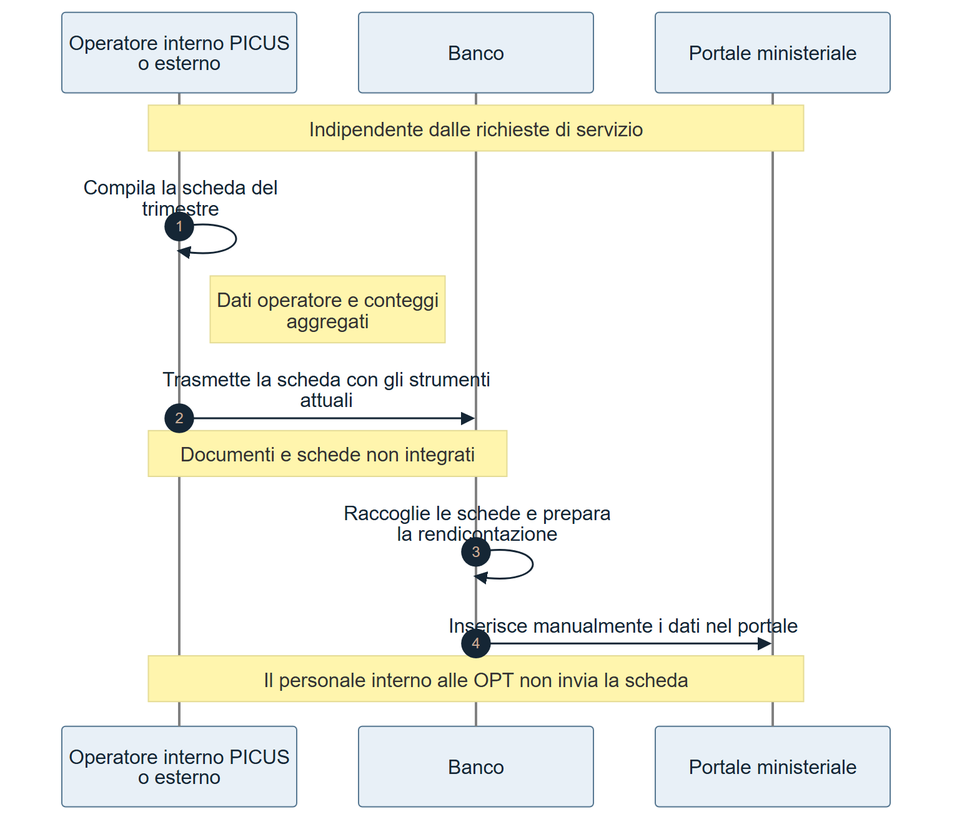
Earlier version of the Mermaid export docs/requirements/diagrams/ASIS-01-rendicontazione.png (Pinguini-alla-Fragola/Progetto-SAD). Its source is kept beside it as docs/requirements/diagrams/ASIS-01-rendicontazione.mmd.
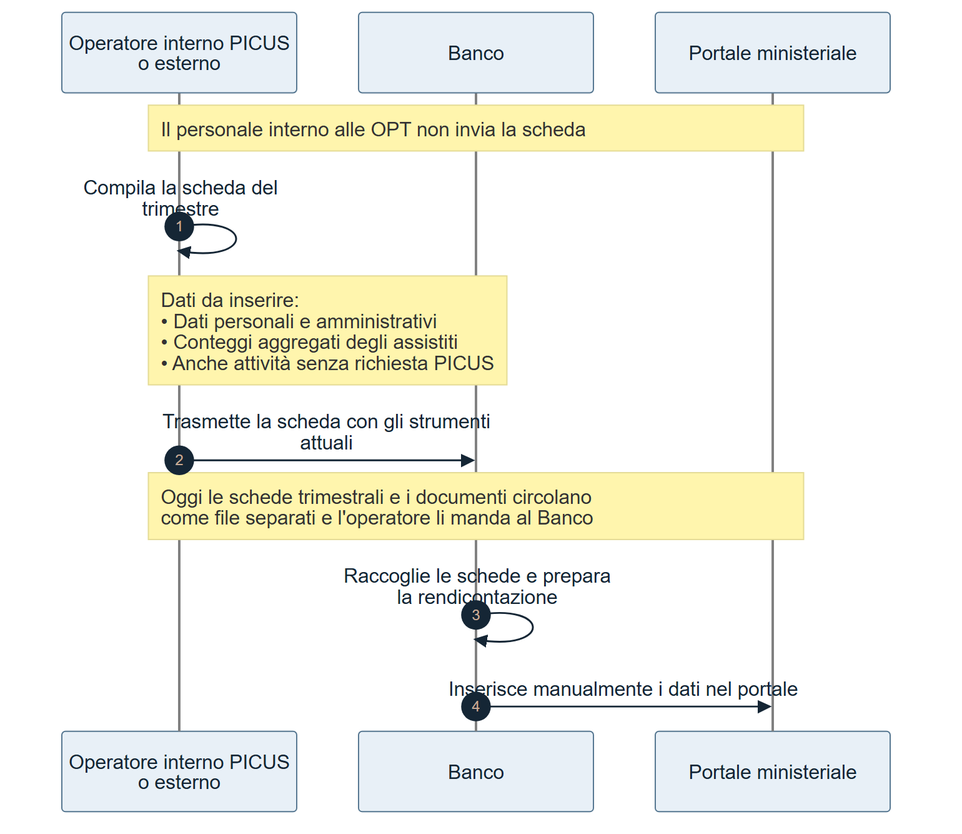
After the commit.

Commit message:
docs: rifinisce note e testi dei diagrammi as-is

Diff of the diagram source:
```diff
@@ -1,14 +1,18 @@
+---
+config:
+  sequence:
+    noteAlign: left
+---
 sequenceDiagram
     autonumber
     participant O as Operatore interno PICUS o esterno
     participant B as Banco
     participant M as Portale ministeriale
 
-    Note over O,M: Indipendente dalle richieste di servizio
+    Note over O,M: Il personale interno alle OPT non invia la scheda
     O->>O: Compila la scheda del trimestre
-    Note right of O: Dati operatore e conteggi aggregati
+    Note over O,B: Dati da inserire:<br/>• Dati personali e amministrativi<br/>• Conteggi aggregati degli assistiti<br/>• Anche attività senza richiesta PICUS
     O->>B: Trasmette la scheda con gli strumenti attuali
-    Note over O,B: Documenti e schede non integrati
+    Note over O,M: Oggi le schede trimestrali e i documenti circolano<br/>come file separati e l'operatore li manda al Banco
     B->>B: Raccoglie le schede e prepara la rendicontazione
     B->>M: Inserisce manualmente i dati nel portale
-    Note over O,M: Il personale interno alle OPT non invia la scheda
```
